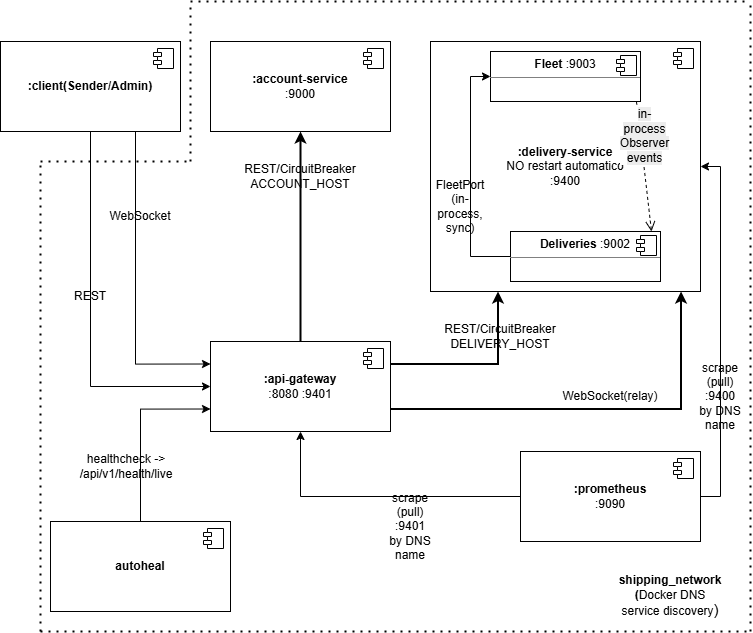
This is doc/core_implementations.drawio.png from MarcoMoro10/SAP-Assignment2, a draw.io export, as it was before one commit. Source tidied: cells renumbered, new cells last; positions are measured from the earlier drawing's top-left corner, leaving out a move shared by most shapes.
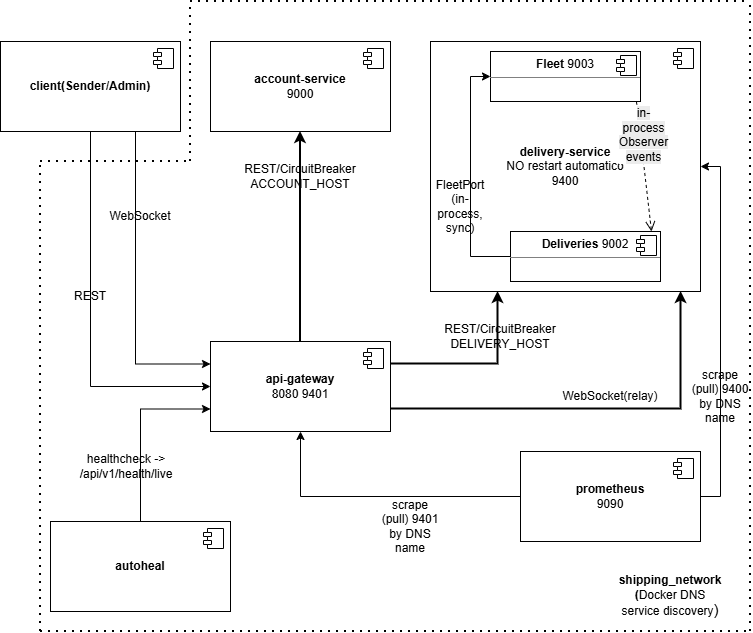
After the commit.

Commit message:
Update removing points from core implementation diagram

What changed in the source:
```diff
@@ -8,7 +8,7 @@
     <mxCell id="3" style="edgeStyle=orthogonalEdgeStyle;rounded=0;jettySize=auto;html=1;exitX=0.75;exitY=1;exitDx=0;exitDy=0;entryX=0;entryY=0.25;entryDx=0;entryDy=0;" parent="1" edge="1" source="4" target="8">
       <mxGeometry relative="1" as="geometry" />
     </mxCell>
-    <mxCell id="4" value="&lt;b&gt;:client(Sender/Admin)&lt;/b&gt;" style="html=1;whiteSpace=wrap;" parent="1" vertex="1">
+    <mxCell id="4" value="&lt;b&gt;client(Sender/Admin)&lt;/b&gt;" style="html=1;whiteSpace=wrap;" parent="1" vertex="1">
       <mxGeometry y="40" width="180" height="90" as="geometry" />
     </mxCell>
     <mxCell id="5" style="shape=module;jettyWidth=8;jettyHeight=4;" parent="4" vertex="1">
@@ -22,7 +22,7 @@
     <mxCell id="7" style="edgeStyle=orthogonalEdgeStyle;rounded=0;jettySize=auto;html=1;exitX=1;exitY=0.25;exitDx=0;exitDy=0;entryX=0.25;entryY=1;entryDx=0;entryDy=0;strokeWidth=2;" parent="1" edge="1" source="8" target="12">
       <mxGeometry relative="1" as="geometry" />
     </mxCell>
-    <mxCell id="8" value="&lt;b&gt;:api-gateway&lt;/b&gt;&lt;div&gt;:8080 :9401&lt;/div&gt;" style="html=1;whiteSpace=wrap;" parent="1" vertex="1">
+    <mxCell id="8" value="&lt;b&gt;api-gateway&lt;/b&gt;&lt;div&gt;8080 9401&lt;/div&gt;" style="html=1;whiteSpace=wrap;" parent="1" vertex="1">
       <mxGeometry x="210" y="340" width="180" height="90" as="geometry" />
     </mxCell>
     <mxCell id="9" style="shape=module;jettyWidth=8;jettyHeight=4;" parent="8" vertex="1">
@@ -30,7 +30,7 @@
         <mxPoint x="-27" y="7" as="offset" />
       </mxGeometry>
     </mxCell>
-    <mxCell id="10" value="&lt;b&gt;:account-service&lt;/b&gt;&lt;div&gt;:9000&lt;/div&gt;" style="html=1;whiteSpace=wrap;" parent="1" vertex="1">
+    <mxCell id="10" value="&lt;b&gt;account-service&lt;/b&gt;&lt;div&gt;9000&lt;/div&gt;" style="html=1;whiteSpace=wrap;" parent="1" vertex="1">
       <mxGeometry x="210" y="40" width="180" height="90" as="geometry" />
     </mxCell>
     <mxCell id="11" style="shape=module;jettyWidth=8;jettyHeight=4;" parent="10" vertex="1">
@@ -38,7 +38,7 @@
         <mxPoint x="-27" y="7" as="offset" />
       </mxGeometry>
     </mxCell>
-    <mxCell id="12" value="&lt;b&gt;:delivery-service&lt;/b&gt;&lt;div&gt;NO restart automatico&lt;b&gt;&lt;/b&gt;&lt;/div&gt;&lt;div&gt;:9400&lt;/div&gt;" style="html=1;whiteSpace=wrap;" parent="1" vertex="1">
+    <mxCell id="12" value="&lt;b&gt;delivery-service&lt;/b&gt;&lt;div&gt;NO restart automatico&lt;b&gt;&lt;/b&gt;&lt;/div&gt;&lt;div&gt;9400&lt;/div&gt;" style="html=1;whiteSpace=wrap;" parent="1" vertex="1">
       <mxGeometry x="430" y="40" width="270" height="250" as="geometry" />
     </mxCell>
     <mxCell id="13" style="shape=module;jettyWidth=8;jettyHeight=4;" parent="12" vertex="1">
@@ -52,7 +52,7 @@
     <mxCell id="15" style="edgeStyle=orthogonalEdgeStyle;rounded=0;jettySize=auto;html=1;exitX=1;exitY=0.5;exitDx=0;exitDy=0;entryX=1;entryY=0.5;entryDx=0;entryDy=0;" parent="1" edge="1" source="16" target="12">
       <mxGeometry relative="1" as="geometry" />
     </mxCell>
-    <mxCell id="16" value="&lt;b&gt;:prometheus&lt;/b&gt;&lt;div&gt;:9090&lt;/div&gt;" style="html=1;whiteSpace=wrap;" parent="1" vertex="1">
+    <mxCell id="16" value="&lt;b&gt;prometheus&lt;/b&gt;&lt;div&gt;9090&lt;/div&gt;" style="html=1;whiteSpace=wrap;" parent="1" vertex="1">
       <mxGeometry x="520" y="450" width="180" height="90" as="geometry" />
     </mxCell>
     <mxCell id="17" style="shape=module;jettyWidth=8;jettyHeight=4;" parent="16" vertex="1">
@@ -89,7 +89,7 @@
     <mxCell id="26" value="WebSocket(relay)" style="text;html=1;whiteSpace=wrap;strokeColor=none;fillColor=none;align=center;verticalAlign=middle;rounded=0;" parent="1" vertex="1">
       <mxGeometry x="580" y="380" width="60" height="30" as="geometry" />
     </mxCell>
-    <mxCell id="27" value="&lt;p style=&quot;margin:0px;margin-top:6px;text-align:center;&quot;&gt;&lt;b&gt;Fleet &lt;/b&gt;:9003&lt;/p&gt;&lt;hr size=&quot;1&quot; style=&quot;border-style:solid;&quot;&gt;&lt;p style=&quot;margin:0px;margin-left:8px;&quot;&gt;&lt;br&gt;&lt;/p&gt;" style="align=left;overflow=fill;html=1;whiteSpace=wrap;" parent="1" vertex="1">
+    <mxCell id="27" value="&lt;p style=&quot;margin:0px;margin-top:6px;text-align:center;&quot;&gt;&lt;b&gt;Fleet &lt;/b&gt;9003&lt;/p&gt;&lt;hr size=&quot;1&quot; style=&quot;border-style:solid;&quot;&gt;&lt;p style=&quot;margin:0px;margin-left:8px;&quot;&gt;&lt;br&gt;&lt;/p&gt;" style="align=left;overflow=fill;html=1;whiteSpace=wrap;" parent="1" vertex="1">
       <mxGeometry x="490" y="50" width="150" height="50" as="geometry" />
     </mxCell>
     <mxCell id="28" style="shape=component;jettyWidth=8;jettyHeight=4;" parent="27" vertex="1">
@@ -100,7 +100,7 @@
     <mxCell id="29" style="edgeStyle=orthogonalEdgeStyle;rounded=0;jettySize=auto;html=1;exitX=0;exitY=0.5;exitDx=0;exitDy=0;entryX=0;entryY=0.5;entryDx=0;entryDy=0;" parent="1" edge="1" source="30" target="27">
       <mxGeometry relative="1" as="geometry" />
     </mxCell>
-    <mxCell id="30" value="&lt;p style=&quot;margin:0px;margin-top:6px;text-align:center;&quot;&gt;&lt;b&gt;Deliveries&lt;/b&gt; :9002&lt;/p&gt;&lt;hr size=&quot;1&quot; style=&quot;border-style:solid;&quot;&gt;&lt;p style=&quot;margin:0px;margin-left:8px;&quot;&gt;&lt;br&gt;&lt;/p&gt;" style="align=left;overflow=fill;html=1;whiteSpace=wrap;" parent="1" vertex="1">
+    <mxCell id="30" value="&lt;p style=&quot;margin:0px;margin-top:6px;text-align:center;&quot;&gt;&lt;b&gt;Deliveries&lt;/b&gt;&amp;nbsp;9002&lt;/p&gt;&lt;hr size=&quot;1&quot; style=&quot;border-style:solid;&quot;&gt;&lt;p style=&quot;margin:0px;margin-left:8px;&quot;&gt;&lt;br&gt;&lt;/p&gt;" style="align=left;overflow=fill;html=1;whiteSpace=wrap;" parent="1" vertex="1">
       <mxGeometry x="510" y="230" width="150" height="50" as="geometry" />
     </mxCell>
     <mxCell id="31" style="shape=component;jettyWidth=8;jettyHeight=4;" parent="30" vertex="1">
@@ -117,10 +117,10 @@
     <mxCell id="34" value="&lt;span style=&quot;font-size: 12px; white-space: normal; background-color: rgb(236, 236, 236);&quot;&gt;in-process Observer events&lt;/span&gt;" style="html=1;verticalAlign=bottom;endArrow=open;dashed=1;endSize=8;curved=0;rounded=0;exitX=0.973;exitY=1;exitDx=0;exitDy=0;entryX=0.94;entryY=0;entryDx=0;entryDy=0;entryPerimeter=0;exitPerimeter=0;" parent="1" edge="1" source="27" target="30">
       <mxGeometry relative="1" as="geometry" />
     </mxCell>
-    <mxCell id="35" value="scrape (pull) :9401&lt;div&gt;by DNS name&lt;/div&gt;" style="text;html=1;whiteSpace=wrap;strokeColor=none;fillColor=none;align=center;verticalAlign=middle;rounded=0;" parent="1" vertex="1">
+    <mxCell id="35" value="scrape (pull) 9401&lt;div&gt;by DNS name&lt;/div&gt;" style="text;html=1;whiteSpace=wrap;strokeColor=none;fillColor=none;align=center;verticalAlign=middle;rounded=0;" parent="1" vertex="1">
       <mxGeometry x="380" y="510" width="60" height="30" as="geometry" />
     </mxCell>
-    <mxCell id="36" value="scrape (pull) :9400&lt;div&gt;by DNS name&lt;/div&gt;" style="text;html=1;whiteSpace=wrap;strokeColor=none;fillColor=none;align=center;verticalAlign=middle;rounded=0;" parent="1" vertex="1">
+    <mxCell id="36" value="scrape (pull) 9400&lt;div&gt;by DNS name&lt;/div&gt;" style="text;html=1;whiteSpace=wrap;strokeColor=none;fillColor=none;align=center;verticalAlign=middle;rounded=0;" parent="1" vertex="1">
       <mxGeometry x="690" y="380" width="60" height="30" as="geometry" />
     </mxCell>
     <mxCell id="37" style="endArrow=none;dashed=1;html=1;dashPattern=1 3;strokeWidth=2;rounded=0;" parent="1" edge="1">
```
